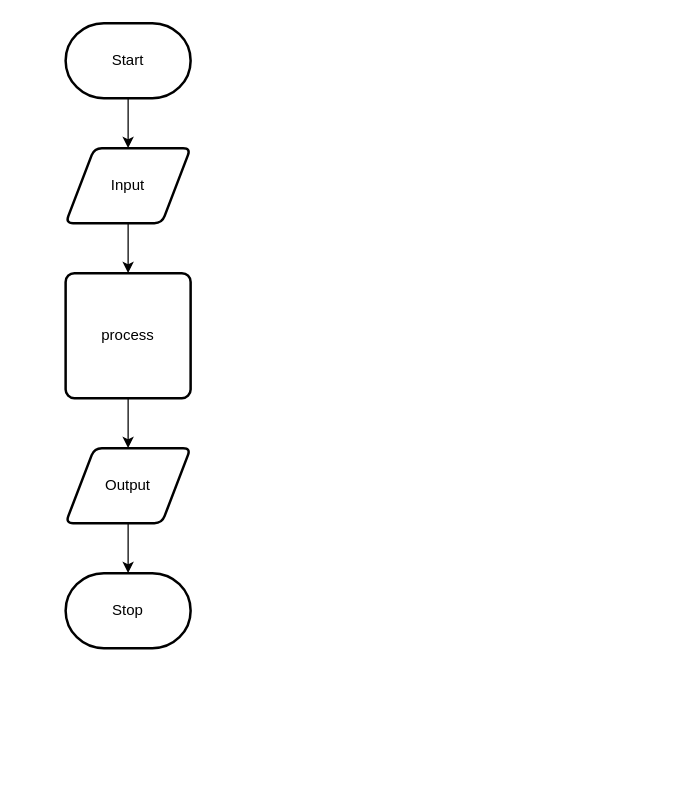
The draw.io diagram design/flow-chart.drawio in Justin-Lavoie16/Unit-5-0-4-JS, before the edit. Source tidied: cells renumbered, new cells numbered last; positions are measured from the earlier drawing's top-left corner, leaving out a move shared by most shapes. Both pictures are drawn from the tidied source at 125%, with x=0, y=0 at pixel (65, 22).
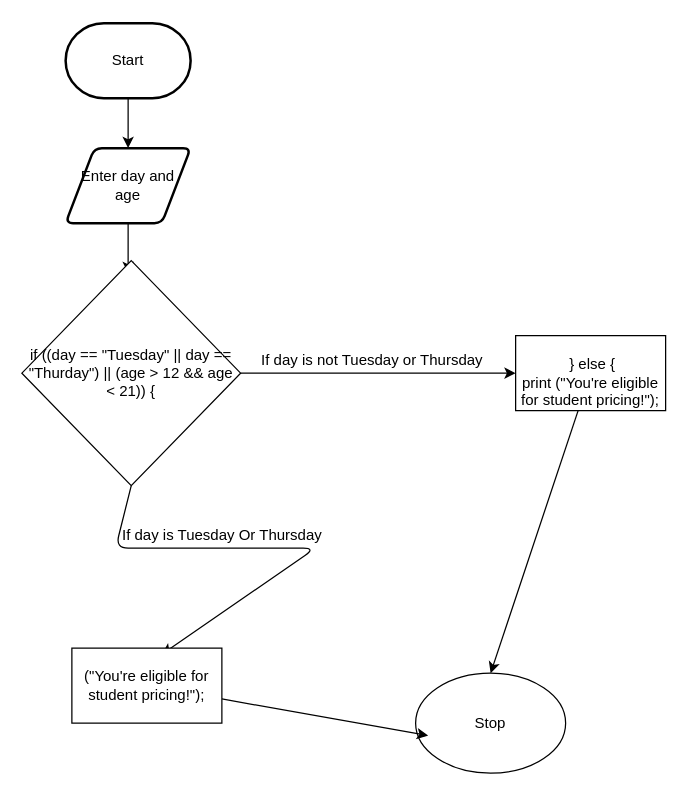
The same page after the edit.

The edit, as a diff of the source:
```diff
@@
+    <mxCell id="10" value="Stop" style="ellipse;whiteSpace=wrap;html=1;" parent="1" vertex="1">
+      <mxGeometry x="280" y="520" width="120" height="80" as="geometry" />
+    </mxCell>
@@
-    <mxCell id="4" style="edgeStyle=none;html=1;" parent="1" edge="1" source="5" target="7">
-      <mxGeometry relative="1" as="geometry" />
+    <mxCell id="4" style="edgeStyle=none;html=1;" parent="1" edge="1" source="5">
+      <mxGeometry relative="1" as="geometry">
+        <mxPoint x="50" y="200" as="targetPoint" />
+      </mxGeometry>
     </mxCell>
-    <mxCell id="5" value="Input" style="shape=parallelogram;html=1;strokeWidth=2;perimeter=parallelogramPerimeter;whiteSpace=wrap;rounded=1;arcSize=12;size=0.23;" parent="1" vertex="1">
+    <mxCell id="5" value="Enter day and age" style="shape=parallelogram;html=1;strokeWidth=2;perimeter=parallelogramPerimeter;whiteSpace=wrap;rounded=1;arcSize=12;size=0.23;" parent="1" vertex="1">
       <mxGeometry y="100" width="100" height="60" as="geometry" />
     </mxCell>
-    <mxCell id="6" style="edgeStyle=none;html=1;" parent="1" edge="1" source="7" target="9">
-      <mxGeometry relative="1" as="geometry" />
-    </mxCell>
-    <mxCell id="7" value="process" style="rounded=1;whiteSpace=wrap;html=1;absoluteArcSize=1;arcSize=14;strokeWidth=2;" parent="1" vertex="1">
-      <mxGeometry y="200" width="100" height="100" as="geometry" />
-    </mxCell>
-    <mxCell id="8" style="edgeStyle=none;html=1;" parent="1" edge="1" source="9" target="10">
-      <mxGeometry relative="1" as="geometry" />
-    </mxCell>
-    <mxCell id="9" value="Output" style="shape=parallelogram;html=1;strokeWidth=2;perimeter=parallelogramPerimeter;whiteSpace=wrap;rounded=1;arcSize=12;size=0.23;" parent="1" vertex="1">
-      <mxGeometry y="340" width="100" height="60" as="geometry" />
-    </mxCell>
-    <mxCell id="10" value="Stop" style="strokeWidth=2;html=1;shape=mxgraph.flowchart.terminator;whiteSpace=wrap;" parent="1" vertex="1">
-      <mxGeometry y="440" width="100" height="60" as="geometry" />
-    </mxCell>
+    <mxCell id="11" style="edgeStyle=none;html=1;exitX=0.5;exitY=1;exitDx=0;exitDy=0;entryX=0.57;entryY=-0.083;entryDx=0;entryDy=0;entryPerimeter=0;" parent="1" edge="1" source="13">
+      <mxGeometry relative="1" as="geometry">
+        <mxPoint x="77" y="505" as="targetPoint" />
+        <Array as="points">
+          <mxPoint x="40" y="420" />
+          <mxPoint x="200" y="420" />
+        </Array>
+      </mxGeometry>
+    </mxCell>
+    <mxCell id="12" style="edgeStyle=none;html=1;" parent="1" edge="1" source="13">
+      <mxGeometry relative="1" as="geometry">
+        <mxPoint x="360" y="280" as="targetPoint" />
+      </mxGeometry>
+    </mxCell>
+    <mxCell id="13" value="if ((day == &quot;Tuesday&quot; || day == &quot;Thurday&quot;) || (age &amp;gt; 12 &amp;amp;&amp;amp; age &amp;lt; 21)) {" style="rhombus;whiteSpace=wrap;html=1;" parent="1" vertex="1">
+      <mxGeometry x="-35" y="190" width="175" height="180" as="geometry" />
+    </mxCell>
+    <mxCell id="14" value="If day is Tuesday Or Thursday" style="text;html=1;align=center;verticalAlign=middle;fillColor=none;strokeColor=none;rounded=0;" parent="1" vertex="1">
+      <mxGeometry x="35" y="400" width="180" height="20" as="geometry" />
+    </mxCell>
+    <mxCell id="15" style="edgeStyle=none;html=1;" parent="1" edge="1" source="16">
+      <mxGeometry relative="1" as="geometry">
+        <mxPoint x="290" y="570" as="targetPoint" />
+      </mxGeometry>
+    </mxCell>
+    <mxCell id="16" value="(&quot;You're eligible for student pricing!&quot;);" style="whiteSpace=wrap;html=1;" parent="1" vertex="1">
+      <mxGeometry x="5" y="500" width="120" height="60" as="geometry" />
+    </mxCell>
+    <mxCell id="17" value="If day is not Tuesday or Thursday" style="text;html=1;align=center;verticalAlign=middle;fillColor=none;strokeColor=none;rounded=0;" parent="1" vertex="1">
+      <mxGeometry x="150" y="260" width="190" height="20" as="geometry" />
+    </mxCell>
+    <mxCell id="18" style="edgeStyle=none;html=1;" parent="1" edge="1" source="19">
+      <mxGeometry relative="1" as="geometry">
+        <mxPoint x="340" y="520" as="targetPoint" />
+      </mxGeometry>
+    </mxCell>
+    <mxCell id="19" value="&lt;br&gt;&amp;nbsp;} else { &lt;br&gt;print (&quot;You're eligible for student pricing!&quot;);" style="whiteSpace=wrap;html=1;" parent="1" vertex="1">
+      <mxGeometry x="360" y="250" width="120" height="60" as="geometry" />
+    </mxCell>
```
